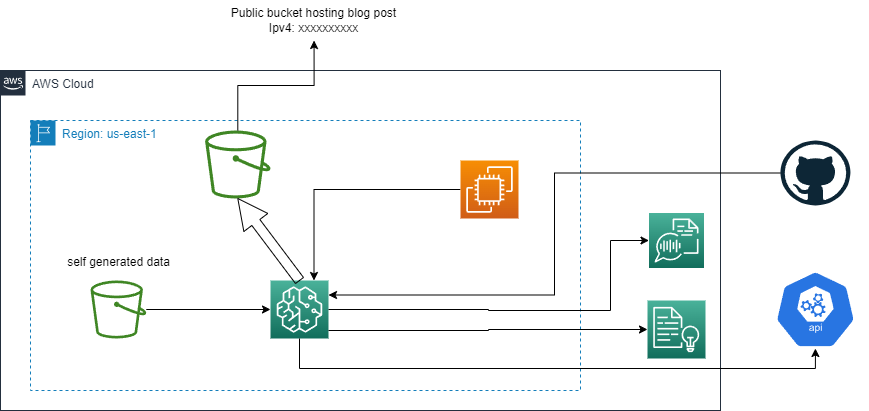
This is diagrams/final_arch.png from isSherrrrry/QTM350_finalproject, a draw.io export, as it was before one commit. Source tidied: cells renumbered, new cells last; positions are measured from the earlier drawing's top-left corner, leaving out a move shared by most shapes.
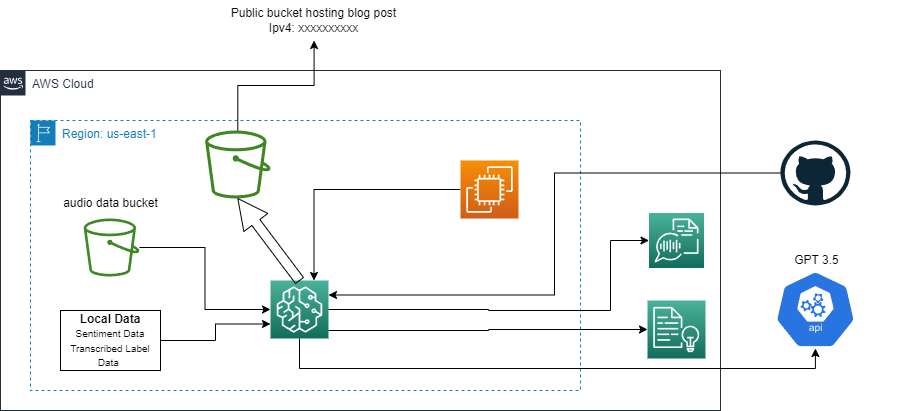
The same file after the commit.

The edit, as a diff of the source:
```diff
@@ -24,13 +24,13 @@
       <mxGeometry relative="1" as="geometry" />
     </mxCell>
     <mxCell id="9" style="sketch=0;outlineConnect=0;fontColor=#232F3E;gradientColor=none;fillColor=#3F8624;strokeColor=none;dashed=0;verticalLabelPosition=bottom;verticalAlign=top;align=center;html=1;fontSize=12;fontStyle=0;shape=mxgraph.aws4.bucket;" parent="5" vertex="1">
-      <mxGeometry x="60" y="160" width="55.8" height="58" as="geometry" />
+      <mxGeometry x="53.2" y="98" width="55.8" height="58" as="geometry" />
     </mxCell>
     <mxCell id="10" style="sketch=0;points=[[0,0,0],[0.25,0,0],[0.5,0,0],[0.75,0,0],[1,0,0],[0,1,0],[0.25,1,0],[0.5,1,0],[0.75,1,0],[1,1,0],[0,0.25,0],[0,0.5,0],[0,0.75,0],[1,0.25,0],[1,0.5,0],[1,0.75,0]];outlineConnect=0;fontColor=#232F3E;gradientColor=#4AB29A;gradientDirection=north;fillColor=#116D5B;strokeColor=#ffffff;dashed=0;verticalLabelPosition=bottom;verticalAlign=top;align=center;html=1;fontSize=12;fontStyle=0;shape=mxgraph.aws4.resourceIcon;resIcon=mxgraph.aws4.sagemaker;" parent="5" vertex="1">
       <mxGeometry x="240" y="160" width="58" height="58" as="geometry" />
     </mxCell>
-    <mxCell id="11" value="self generated data" style="text;strokeColor=none;align=center;fillColor=none;html=1;verticalAlign=middle;whiteSpace=wrap;rounded=0;" parent="5" vertex="1">
-      <mxGeometry x="-5" y="127" width="187.1" height="30" as="geometry" />
+    <mxCell id="11" value="audio data bucket" style="text;strokeColor=none;align=center;fillColor=none;html=1;verticalAlign=middle;whiteSpace=wrap;rounded=0;" parent="5" vertex="1">
+      <mxGeometry x="-12.5" y="68" width="187.1" height="30" as="geometry" />
     </mxCell>
     <mxCell id="12" style="sketch=0;outlineConnect=0;fontColor=#232F3E;gradientColor=none;fillColor=#3F8624;strokeColor=none;dashed=0;verticalLabelPosition=bottom;verticalAlign=top;align=center;html=1;fontSize=12;fontStyle=0;shape=mxgraph.aws4.bucket;" parent="5" vertex="1">
       <mxGeometry x="174.6" y="10" width="65.4" height="68" as="geometry" />
@@ -38,6 +38,12 @@
     <mxCell id="13" style="edgeStyle=orthogonalEdgeStyle;rounded=0;jettySize=auto;html=1;shape=arrow;" parent="5" edge="1" source="10" target="12">
       <mxGeometry relative="1" as="geometry" />
     </mxCell>
+    <mxCell id="22" style="edgeStyle=orthogonalEdgeStyle;rounded=0;jettySize=auto;html=1;entryX=0;entryY=0.75;entryDx=0;entryDy=0;entryPerimeter=0;" parent="5" edge="1" source="23" target="10">
+      <mxGeometry relative="1" as="geometry" />
+    </mxCell>
+    <mxCell id="23" value="&lt;font style=&quot;&quot;&gt;&lt;font style=&quot;font-size: 12px;&quot;&gt;&lt;b&gt;Local Data&lt;/b&gt;&lt;/font&gt;&lt;br&gt;&lt;span style=&quot;font-size: 10px;&quot;&gt;Sentiment Data&lt;/span&gt;&lt;br&gt;&lt;span style=&quot;font-size: 10px;&quot;&gt;Transcribed Label Data&lt;/span&gt;&lt;/font&gt;&amp;nbsp;" style="rounded=0;whiteSpace=wrap;html=1;" parent="5" vertex="1">
+      <mxGeometry x="30" y="190" width="100" height="60" as="geometry" />
+    </mxCell>
     <mxCell id="14" style="edgeStyle=orthogonalEdgeStyle;rounded=0;jettySize=auto;html=1;entryX=0;entryY=0.5;entryDx=0;entryDy=0;entryPerimeter=0;" parent="1" edge="1" source="10" target="3">
       <mxGeometry relative="1" as="geometry">
         <Array as="points">
@@ -79,5 +85,8 @@
         </Array>
       </mxGeometry>
     </mxCell>
+    <mxCell id="24" value="GPT 3.5" style="text;strokeColor=none;align=center;fillColor=none;html=1;verticalAlign=middle;whiteSpace=wrap;rounded=0;" parent="1" vertex="1">
+      <mxGeometry x="723" y="245" width="187.1" height="30" as="geometry" />
+    </mxCell>
   </root>
 </mxGraphModel>
```
